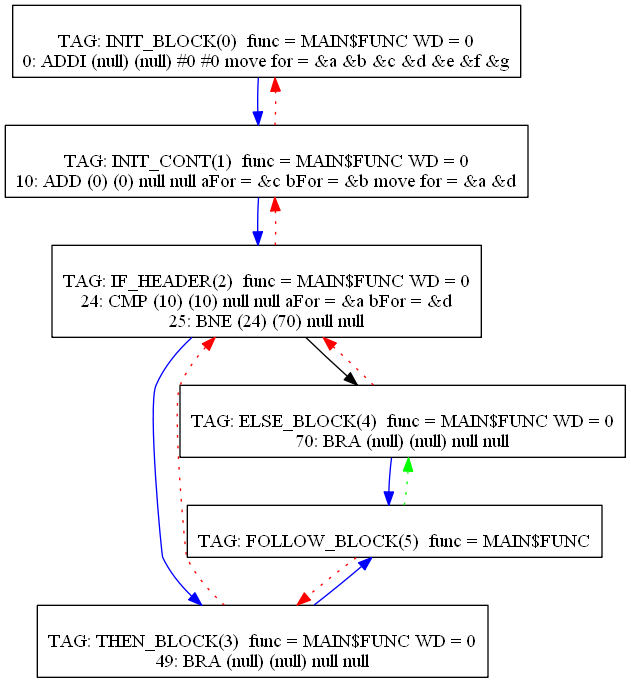
mbajaj92/Project-Astoria keeps this Graphviz diagram as Compiler/25graph.png. Above is the earlier version. Its source is kept beside it as Compiler/25graph.dot.
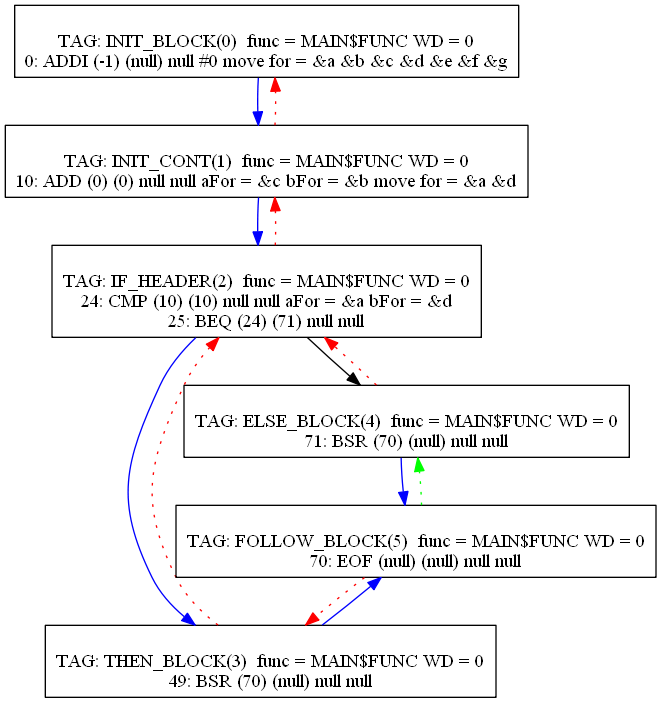
The same diagram one commit later.

The edit, as a diff of the source:
```diff
@@ -1,7 +1,7 @@
 digraph {
 0[label="
 TAG: INIT_BLOCK(0)  func = MAIN$FUNC WD = 0
-0: ADDI (null) (null) #0 #0 move for = &a &b &c &d &e &f &g
+0: ADDI (-1) (null) null #0 move for = &a &b &c &d &e &f &g
 "];
 0[shape=box];
 0 -> 1[color=blue]
@@ -15,7 +15,7 @@
 2[label="
 TAG: IF_HEADER(2)  func = MAIN$FUNC WD = 0
 24: CMP (10) (10) null null aFor = &a bFor = &d
-25: BNE (24) (70) null null
+25: BEQ (24) (71) null null
 "];
 2[shape=box];
 2 -> 3[color=blue]
@@ -23,20 +23,21 @@
 2 -> 1[color=red][style=dotted]
 3[label="
 TAG: THEN_BLOCK(3)  func = MAIN$FUNC WD = 0
-49: BRA (null) (null) null null
+49: BSR (70) (null) null null
 "];
 3[shape=box];
 3 -> 5[color=blue]
 3 -> 2[color=red][style=dotted]
 4[label="
 TAG: ELSE_BLOCK(4)  func = MAIN$FUNC WD = 0
-70: BRA (null) (null) null null
+71: BSR (70) (null) null null
 "];
 4[shape=box];
 4 -> 5[color=blue]
 4 -> 2[color=red][style=dotted]
 5[label="
-TAG: FOLLOW_BLOCK(5)  func = MAIN$FUNC
+TAG: FOLLOW_BLOCK(5)  func = MAIN$FUNC WD = 0
+70: EOF (null) (null) null null
 "];
 5[shape=box];
 5 -> 3[color=red][style=dotted]
```
